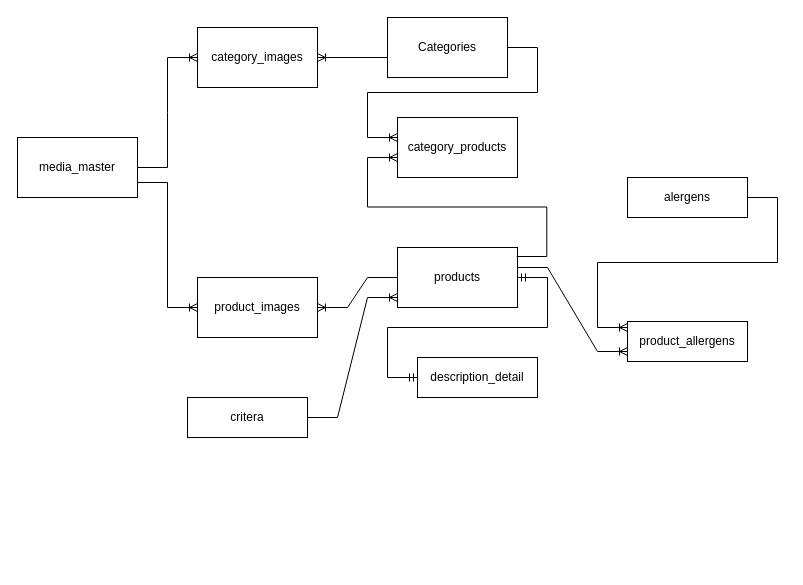
This is Untitled Diagram.drawio from Sainath1998/git, a draw.io file, before an edit. Source tidied: cells renumbered, new cells numbered last; positions are measured from the earlier drawing's top-left corner, leaving out a move shared by most shapes. Both pictures are drawn from the tidied source at 100%, with x=0, y=0 at pixel (17, 17).
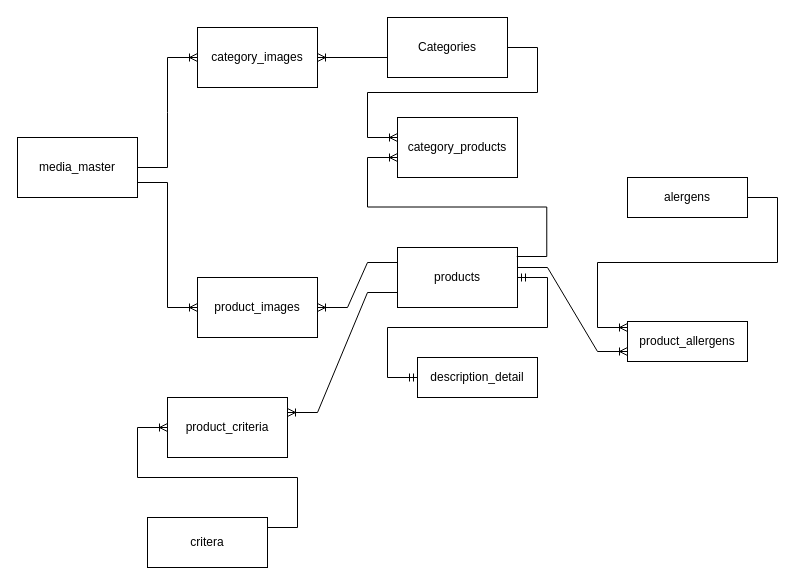
Above is the later version.

Commit message:
product_criteria

The change refers to these unchanged cells:
```xml
<mxCell id="4" value="products" style="rounded=0;whiteSpace=wrap;html=1;" parent="1" vertex="1">
  <mxGeometry x="380" y="230" width="120" height="60" as="geometry" />
</mxCell>
<mxCell id="8" value="product_images" style="rounded=0;whiteSpace=wrap;html=1;" parent="1" vertex="1">
  <mxGeometry x="180" y="260" width="120" height="60" as="geometry" />
</mxCell>
```

Change to the diagram source:
```diff
@@
-    <mxCell id="10" style="edgeStyle=entityRelationEdgeStyle;fontSize=12;html=1;endArrow=ERoneToMany;rounded=0;entryX=1;entryY=0.5;entryDx=0;entryDy=0;exitX=0;exitY=0.5;exitDx=0;exitDy=0;" parent="1" edge="1" source="4" target="8">
+    <mxCell id="10" style="edgeStyle=entityRelationEdgeStyle;fontSize=12;html=1;endArrow=ERoneToMany;rounded=0;entryX=1;entryY=0.5;entryDx=0;entryDy=0;exitX=0;exitY=0.25;exitDx=0;exitDy=0;" parent="1" edge="1" source="4" target="8">
       <mxGeometry relative="1" as="geometry" />
     </mxCell>
@@
     <mxCell id="14" value="critera" style="rounded=0;whiteSpace=wrap;html=1;" parent="1" vertex="1">
-      <mxGeometry x="170" y="380" width="120" height="40" as="geometry" />
+      <mxGeometry x="130" y="500" width="120" height="50" as="geometry" />
     </mxCell>
-    <mxCell id="15" style="edgeStyle=entityRelationEdgeStyle;fontSize=12;html=1;endArrow=ERoneToMany;rounded=0;exitX=1;exitY=0.5;exitDx=0;exitDy=0;" parent="1" edge="1" source="14">
-      <mxGeometry relative="1" as="geometry">
-        <mxPoint x="380" y="280" as="targetPoint" />
-      </mxGeometry>
-    </mxCell>
@@
+    <mxCell id="22" value="product_criteria" style="rounded=0;whiteSpace=wrap;html=1;" parent="1" vertex="1">
+      <mxGeometry x="150" y="380" width="120" height="60" as="geometry" />
+    </mxCell>
+    <mxCell id="23" style="edgeStyle=entityRelationEdgeStyle;fontSize=12;html=1;endArrow=ERoneToMany;rounded=0;entryX=1;entryY=0.25;entryDx=0;entryDy=0;exitX=0;exitY=0.75;exitDx=0;exitDy=0;" parent="1" edge="1" source="4" target="22">
+      <mxGeometry relative="1" as="geometry" />
+    </mxCell>
+    <mxCell id="24" style="edgeStyle=entityRelationEdgeStyle;fontSize=12;html=1;endArrow=ERoneToMany;rounded=0;" parent="1" edge="1">
+      <mxGeometry relative="1" as="geometry">
+        <mxPoint x="250" y="510" as="sourcePoint" />
+        <mxPoint x="150" y="410" as="targetPoint" />
+      </mxGeometry>
+    </mxCell>
```
